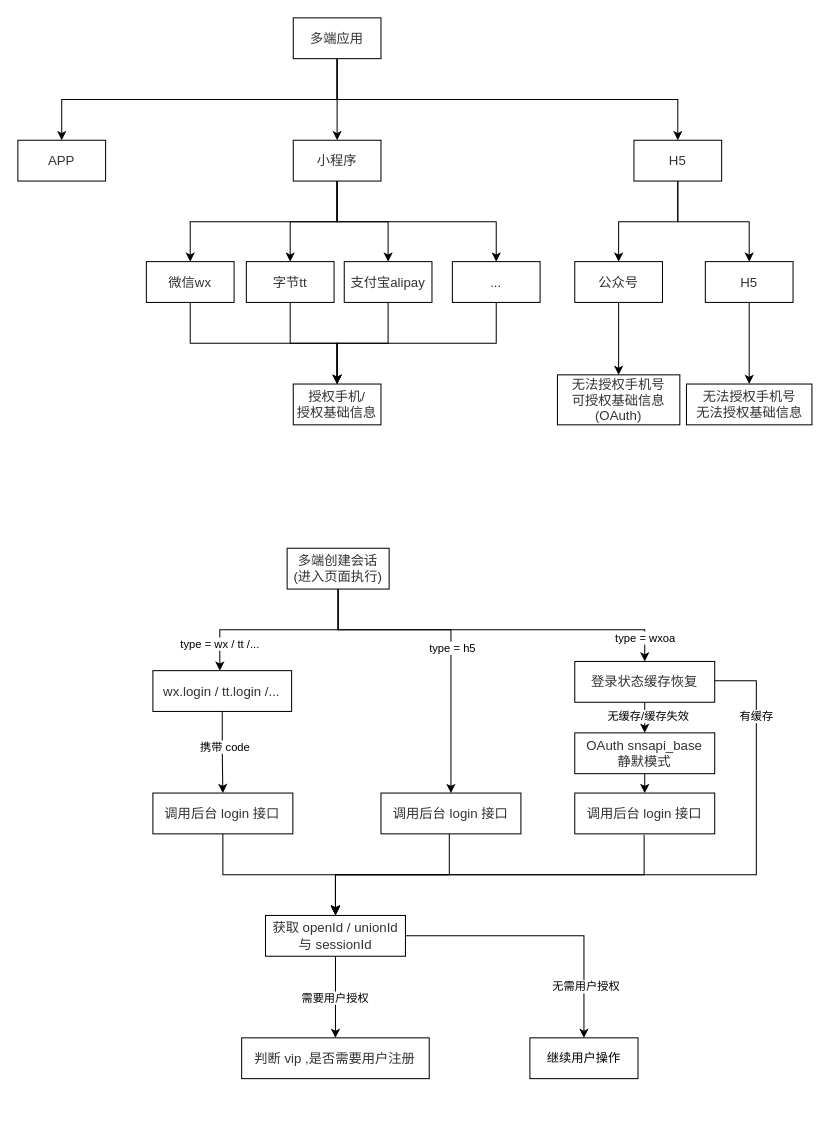
This is page "创建会话" (1 of 2) of Other/Untitled Diagram.drawio from JerryWen1994/Blog, a draw.io file, before an edit. Source tidied: cells renumbered, new cells numbered last; positions are measured from the earlier drawing's top-left corner, leaving out a move shared by most shapes. Both pictures are drawn from the tidied source at 102%, with x=0, y=0 at pixel (17, 17).
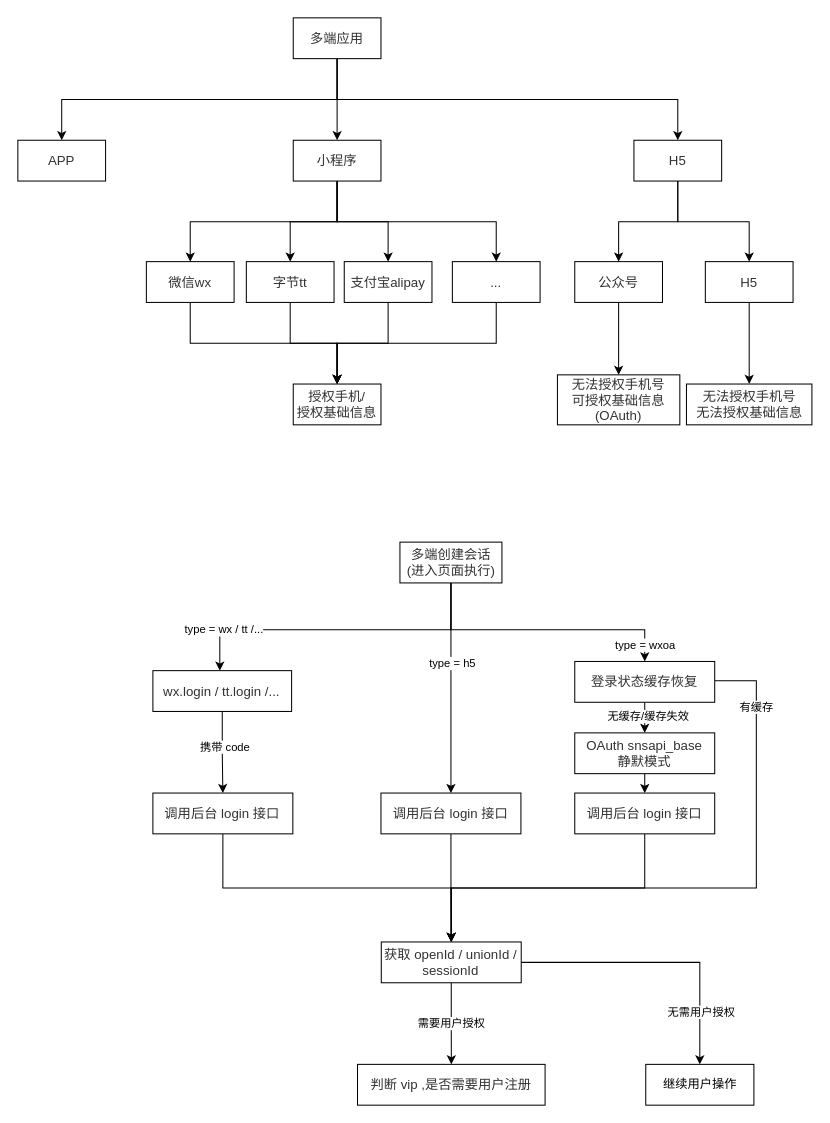
After the change.

The change refers to these unchanged cells:
```xml
<mxCell id="38" value="&lt;font color=&quot;#323232&quot;&gt;&lt;span style=&quot;font-size: 13px ; background-color: rgba(255 , 255 , 255 , 0.01)&quot;&gt;wx.login / tt.login /...&lt;br&gt;&lt;/span&gt;&lt;/font&gt;" style="rounded=0;whiteSpace=wrap;html=1;" parent="1" vertex="1">
  <mxGeometry x="132.4" y="640" width="136" height="40" as="geometry" />
</mxCell>
<mxCell id="40" value="&lt;font color=&quot;#323232&quot;&gt;&lt;span style=&quot;font-size: 13px ; background-color: rgba(255 , 255 , 255 , 0.01)&quot;&gt;调用后台 login 接口&lt;/span&gt;&lt;/font&gt;" style="rounded=0;whiteSpace=wrap;html=1;" parent="1" vertex="1">
  <mxGeometry x="132.4" y="760" width="137.2" height="40" as="geometry" />
</mxCell>
<mxCell id="47" value="&lt;font color=&quot;#323232&quot;&gt;&lt;span style=&quot;font-size: 13px ; background-color: rgba(255 , 255 , 255 , 0.01)&quot;&gt;调用后台 login 接口&lt;/span&gt;&lt;/font&gt;" style="rounded=0;whiteSpace=wrap;html=1;" parent="1" vertex="1">
  <mxGeometry x="356" y="760" width="137.2" height="40" as="geometry" />
</mxCell>
<mxCell id="52" value="&lt;font color=&quot;#323232&quot;&gt;&lt;span style=&quot;font-size: 13px ; background-color: rgba(255 , 255 , 255 , 0.01)&quot;&gt;调用后台 login 接口&lt;/span&gt;&lt;/font&gt;" style="rounded=0;whiteSpace=wrap;html=1;" parent="1" vertex="1">
  <mxGeometry x="546" y="760" width="137.2" height="40" as="geometry" />
</mxCell>
<mxCell id="57" value="&lt;font color=&quot;#323232&quot;&gt;&lt;span style=&quot;font-size: 13px ; background-color: rgba(255 , 255 , 255 , 0.01)&quot;&gt;登录状态缓存恢复&lt;br&gt;&lt;/span&gt;&lt;/font&gt;" style="rounded=0;whiteSpace=wrap;html=1;" parent="1" vertex="1">
  <mxGeometry x="546" y="631" width="137.2" height="40" as="geometry" />
</mxCell>
```

The edit, as a diff of the source:
```diff
@@
     <mxCell id="30" style="edgeStyle=orthogonalEdgeStyle;rounded=0;jettySize=auto;html=1;exitX=0.5;exitY=1;exitDx=0;exitDy=0;" parent="1" edge="1" source="35" target="38">
       <mxGeometry relative="1" as="geometry">
         <Array as="points">
-          <mxPoint x="314" y="600" />
+          <mxPoint x="425" y="600" />
           <mxPoint x="198" y="600" />
         </Array>
       </mxGeometry>
     </mxCell>
@@
     <mxCell id="32" style="edgeStyle=orthogonalEdgeStyle;rounded=0;jettySize=auto;html=1;exitX=0.5;exitY=1;exitDx=0;exitDy=0;entryX=0.5;entryY=0;entryDx=0;entryDy=0;" parent="1" edge="1" source="35" target="47">
       <mxGeometry relative="1" as="geometry">
         <Array as="points">
-          <mxPoint x="314" y="600" />
-          <mxPoint x="425" y="600" />
+          <mxPoint x="425" y="575" />
+          <mxPoint x="425" y="575" />
         </Array>
       </mxGeometry>
     </mxCell>
@@
     <mxCell id="34" value="type = wxoa" style="edgeStyle=orthogonalEdgeStyle;rounded=0;jettySize=auto;html=1;exitX=0.5;exitY=1;exitDx=0;exitDy=0;endArrow=classic;endFill=1;entryX=0.5;entryY=0;entryDx=0;entryDy=0;" parent="1" edge="1" source="35" target="57">
       <mxGeometry x="0.88" relative="1" as="geometry">
         <Array as="points">
-          <mxPoint x="314" y="600" />
+          <mxPoint x="425" y="600" />
           <mxPoint x="615" y="600" />
         </Array>
       </mxGeometry>
     </mxCell>
     <mxCell id="35" value="&lt;span style=&quot;color: rgb(50 , 50 , 50) ; font-size: 13px ; background-color: rgba(255 , 255 , 255 , 0.01)&quot;&gt;多端创建会话&lt;br&gt;(进入页面执行)&lt;br&gt;&lt;/span&gt;" style="rounded=0;whiteSpace=wrap;html=1;" parent="1" vertex="1">
-      <mxGeometry x="264" y="520" width="100" height="40" as="geometry" />
+      <mxGeometry x="374.6" y="514" width="100" height="40" as="geometry" />
     </mxCell>
@@
-    <mxCell id="39" style="edgeStyle=orthogonalEdgeStyle;rounded=0;jettySize=auto;html=1;entryX=0.5;entryY=0;entryDx=0;entryDy=0;" parent="1" edge="1" source="40" target="45">
-      <mxGeometry relative="1" as="geometry">
-        <Array as="points">
-          <mxPoint x="201" y="840" />
-          <mxPoint x="311" y="840" />
-        </Array>
-      </mxGeometry>
+    <mxCell id="39" style="edgeStyle=orthogonalEdgeStyle;rounded=0;jettySize=auto;html=1;exitX=0.5;exitY=1;exitDx=0;exitDy=0;entryX=0.5;entryY=0;entryDx=0;entryDy=0;" parent="1" edge="1" source="40" target="45">
+      <mxGeometry relative="1" as="geometry" />
     </mxCell>
@@
-    <mxCell id="45" value="&lt;span style=&quot;color: rgb(50 , 50 , 50) ; font-size: 13px ; background-color: rgba(255 , 255 , 255 , 0.01)&quot;&gt;获取 openId / unionId 与 sessionId&lt;/span&gt;" style="rounded=0;whiteSpace=wrap;html=1;" parent="1" vertex="1">
-      <mxGeometry x="242.8" y="880" width="137.2" height="40" as="geometry" />
+    <mxCell id="45" value="&lt;span style=&quot;color: rgb(50 , 50 , 50) ; font-size: 13px ; background-color: rgba(255 , 255 , 255 , 0.01)&quot;&gt;获取 openId / unionId / sessionId&lt;/span&gt;" style="rounded=0;whiteSpace=wrap;html=1;" parent="1" vertex="1">
+      <mxGeometry x="356.3" y="906" width="137.2" height="40" as="geometry" />
     </mxCell>
-    <mxCell id="46" style="edgeStyle=orthogonalEdgeStyle;rounded=0;orthogonalLoop=1;jettySize=auto;html=1;entryX=0.5;entryY=0;entryDx=0;entryDy=0;" parent="1" edge="1">
-      <mxGeometry relative="1" as="geometry">
-        <mxPoint x="423" y="798" as="sourcePoint" />
-        <mxPoint x="311.4" y="880" as="targetPoint" />
-        <Array as="points">
-          <mxPoint x="423" y="840" />
-          <mxPoint x="311" y="840" />
-        </Array>
-      </mxGeometry>
-    </mxCell>
+    <mxCell id="59" style="edgeStyle=orthogonalEdgeStyle;rounded=0;jettySize=auto;html=1;exitX=0.5;exitY=1;exitDx=0;exitDy=0;" parent="1" edge="1" source="47" target="45">
+      <mxGeometry relative="1" as="geometry" />
+    </mxCell>
@@
     <mxCell id="48" value="&lt;font color=&quot;#323232&quot;&gt;&lt;span style=&quot;font-size: 13px ; background-color: rgba(255 , 255 , 255 , 0.01)&quot;&gt;判断 vip ,是否需要用户注册&lt;br&gt;&lt;/span&gt;&lt;/font&gt;" style="rounded=0;whiteSpace=wrap;html=1;" parent="1" vertex="1">
-      <mxGeometry x="219.4" y="1000" width="183.9" height="40" as="geometry" />
+      <mxGeometry x="333" y="1026" width="183.9" height="40" as="geometry" />
     </mxCell>
@@
-    <mxCell id="51" style="edgeStyle=orthogonalEdgeStyle;rounded=0;orthogonalLoop=1;jettySize=auto;html=1;exitX=0.5;exitY=1;exitDx=0;exitDy=0;entryX=0.5;entryY=0;entryDx=0;entryDy=0;endArrow=classic;endFill=1;" parent="1" edge="1">
-      <mxGeometry relative="1" as="geometry">
-        <mxPoint x="614" y="801" as="sourcePoint" />
-        <mxPoint x="311.4" y="879" as="targetPoint" />
-        <Array as="points">
-          <mxPoint x="614" y="840" />
-          <mxPoint x="311" y="840" />
-        </Array>
-      </mxGeometry>
-    </mxCell>
+    <mxCell id="60" style="edgeStyle=orthogonalEdgeStyle;rounded=0;jettySize=auto;html=1;exitX=0.5;exitY=1;exitDx=0;exitDy=0;entryX=0.5;entryY=0;entryDx=0;entryDy=0;" parent="1" edge="1" source="52" target="45">
+      <mxGeometry relative="1" as="geometry" />
+    </mxCell>
@@
-    <mxCell id="55" style="edgeStyle=orthogonalEdgeStyle;rounded=0;orthogonalLoop=1;jettySize=auto;html=1;exitX=1;exitY=0.5;exitDx=0;exitDy=0;entryX=0.5;entryY=0;entryDx=0;entryDy=0;endArrow=classic;endFill=1;" parent="1" edge="1">
+    <mxCell id="55" style="edgeStyle=orthogonalEdgeStyle;rounded=0;jettySize=auto;html=1;exitX=1;exitY=0.5;exitDx=0;exitDy=0;entryX=0.5;entryY=0;entryDx=0;entryDy=0;endArrow=classic;endFill=1;" parent="1" edge="1" target="45">
       <mxGeometry relative="1" as="geometry">
         <mxPoint x="683.2" y="650" as="sourcePoint" />
-        <mxPoint x="311.4" y="879" as="targetPoint" />
         <Array as="points">
           <mxPoint x="724" y="650" />
-          <mxPoint x="724" y="840" />
-          <mxPoint x="311" y="840" />
+          <mxPoint x="724" y="853" />
+          <mxPoint x="425" y="853" />
         </Array>
       </mxGeometry>
     </mxCell>
@@
     <mxCell id="58" value="继续用户操作" style="rounded=0;whiteSpace=wrap;html=1;" parent="1" vertex="1">
-      <mxGeometry x="502" y="1000" width="106" height="40" as="geometry" />
+      <mxGeometry x="615.6" y="1026" width="106" height="40" as="geometry" />
     </mxCell>
```
